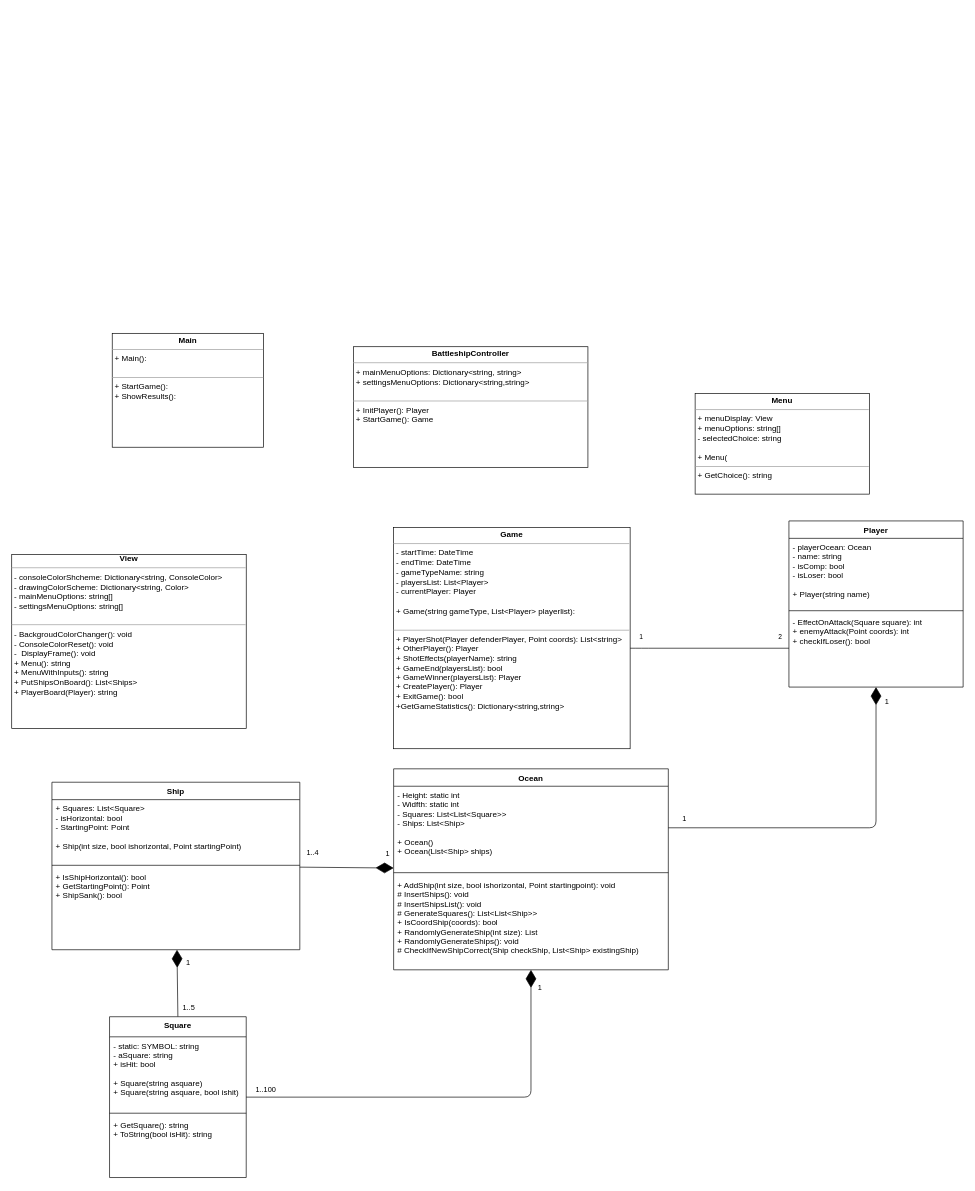
Before: specifications/UML_Battleship.drawio in CodecoolGlobal/battle-ship-in-the-oo-way-war_ships, a draw.io diagram. Source tidied: cells renumbered, new cells numbered last; positions are measured from the earlier drawing's top-left corner, leaving out a move shared by most shapes. Both pictures are drawn from the tidied source at 67%, with x=0, y=0 at pixel (11, 333).
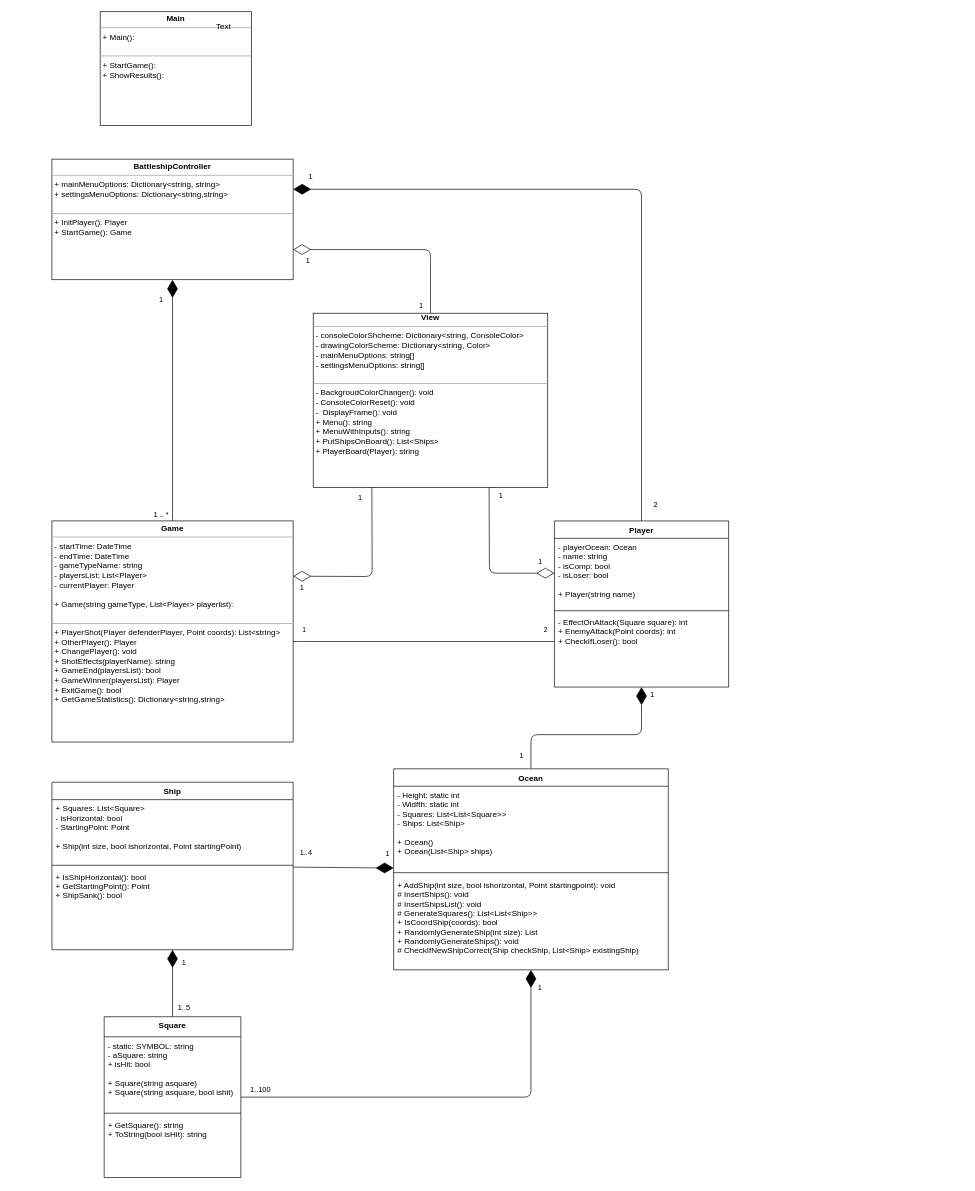
The same diagram, later.

Commit message (it also covers changes not shown here):
View implementation of options 75% finished, commit for merge with specs

The change refers to these unchanged cells:
```xml
<mxCell id="22" value="Ocean" style="swimlane;fontStyle=1;align=center;verticalAlign=top;horizontal=1;startSize=26;" parent="1" vertex="1">
  <mxGeometry x="570" y="650" width="410" height="300" as="geometry" />
</mxCell>
<mxCell id="23" value="- Height: static int&#10;- Widfth: static int&#10;- Squares: List&lt;List&lt;Square&gt;&gt;&#10;- Ships: List&lt;Ship&gt; &#10;&#10;+ Ocean()&#10;+ Ocean(List&lt;Ship&gt; ships)&#10;&#10;&#10;&#10;" style="text;strokeColor=none;fillColor=none;align=left;verticalAlign=top;spacingLeft=4;spacingRight=4;overflow=hidden;points=[[0,0.5],[1,0.5]];portConstraint=eastwest;" parent="22" vertex="1">
  <mxGeometry y="26" width="410" height="124" as="geometry" />
</mxCell>
<mxCell id="27" value="- playerOcean: Ocean&#10;- name: string&#10;- isComp: bool&#10;- isLoser: bool&#10;&#10;+ Player(string name)&#10;" style="text;strokeColor=none;fillColor=none;align=left;verticalAlign=top;spacingLeft=4;spacingRight=4;overflow=hidden;points=[[0,0.5],[1,0.5]];portConstraint=eastwest;" parent="26" vertex="1">
  <mxGeometry y="26" width="260" height="104" as="geometry" />
</mxCell>
```

What changed in the source:
```diff
@@
-    <mxCell id="2" value="&lt;p style=&quot;margin: 0px ; margin-top: 4px ; text-align: center&quot;&gt;&lt;b&gt;Game&lt;/b&gt;&lt;/p&gt;&lt;hr size=&quot;1&quot;&gt;&lt;p style=&quot;margin: 0px ; margin-left: 4px&quot;&gt;- startTime: DateTime&lt;/p&gt;&lt;p style=&quot;margin: 0px ; margin-left: 4px&quot;&gt;- endTime: DateTime&lt;/p&gt;&lt;p style=&quot;margin: 0px ; margin-left: 4px&quot;&gt;- gameTypeName: string&lt;/p&gt;&lt;p style=&quot;margin: 0px ; margin-left: 4px&quot;&gt;- playersList: List&amp;lt;Player&amp;gt;&lt;/p&gt;&lt;p style=&quot;margin: 0px ; margin-left: 4px&quot;&gt;- currentPlayer: Player&lt;br&gt;&lt;/p&gt;&lt;p style=&quot;margin: 0px ; margin-left: 4px&quot;&gt;&lt;br&gt;&lt;/p&gt;&lt;p style=&quot;margin: 0px ; margin-left: 4px&quot;&gt;+ Game(string gameType, List&amp;lt;Player&amp;gt; playerlist):&lt;br&gt;&lt;/p&gt;&lt;p style=&quot;margin: 0px ; margin-left: 4px&quot;&gt;&lt;br&gt;&lt;/p&gt;&lt;hr size=&quot;1&quot;&gt;&lt;p style=&quot;margin: 0px ; margin-left: 4px&quot;&gt;+ PlayerShot(Player defenderPlayer, Point coords): List&amp;lt;string&amp;gt;&lt;/p&gt;&lt;p style=&quot;margin: 0px ; margin-left: 4px&quot;&gt;+ OtherPlayer(): Player&lt;/p&gt;&lt;p style=&quot;margin: 0px ; margin-left: 4px&quot;&gt;+ ShotEffects(playerName): string&lt;/p&gt;&lt;p style=&quot;margin: 0px ; margin-left: 4px&quot;&gt;+ GameEnd(playersList): bool&lt;br&gt;&lt;/p&gt;&lt;p style=&quot;margin: 0px ; margin-left: 4px&quot;&gt;+ GameWinner(playersList): Player&lt;/p&gt;&lt;p style=&quot;margin: 0px ; margin-left: 4px&quot;&gt;+ CreatePlayer(): Player&lt;/p&gt;&lt;p style=&quot;margin: 0px ; margin-left: 4px&quot;&gt;+ ExitGame(): bool&lt;/p&gt;&lt;p style=&quot;margin: 0px ; margin-left: 4px&quot;&gt;+GetGameStatistics(): Dictionary&amp;lt;string,string&amp;gt;&lt;br&gt;&lt;/p&gt;" style="verticalAlign=top;align=left;overflow=fill;fontSize=12;fontFamily=Helvetica;html=1;" parent="1" vertex="1">
-      <mxGeometry x="570" y="290" width="353" height="330" as="geometry" />
+    <mxCell id="2" value="&lt;p style=&quot;margin: 0px ; margin-top: 4px ; text-align: center&quot;&gt;&lt;b&gt;Game&lt;/b&gt;&lt;/p&gt;&lt;hr size=&quot;1&quot;&gt;&lt;p style=&quot;margin: 0px ; margin-left: 4px&quot;&gt;- startTime: DateTime&lt;/p&gt;&lt;p style=&quot;margin: 0px ; margin-left: 4px&quot;&gt;- endTime: DateTime&lt;/p&gt;&lt;p style=&quot;margin: 0px ; margin-left: 4px&quot;&gt;- gameTypeName: string&lt;/p&gt;&lt;p style=&quot;margin: 0px ; margin-left: 4px&quot;&gt;- playersList: List&amp;lt;Player&amp;gt;&lt;/p&gt;&lt;p style=&quot;margin: 0px ; margin-left: 4px&quot;&gt;- currentPlayer: Player&lt;br&gt;&lt;/p&gt;&lt;p style=&quot;margin: 0px ; margin-left: 4px&quot;&gt;&lt;br&gt;&lt;/p&gt;&lt;p style=&quot;margin: 0px ; margin-left: 4px&quot;&gt;+ Game(string gameType, List&amp;lt;Player&amp;gt; playerlist):&lt;br&gt;&lt;/p&gt;&lt;p style=&quot;margin: 0px ; margin-left: 4px&quot;&gt;&lt;br&gt;&lt;/p&gt;&lt;hr size=&quot;1&quot;&gt;&lt;p style=&quot;margin: 0px ; margin-left: 4px&quot;&gt;+ PlayerShot(Player defenderPlayer, Point coords): List&amp;lt;string&amp;gt;&lt;/p&gt;&lt;p style=&quot;margin: 0px ; margin-left: 4px&quot;&gt;+ OtherPlayer(): Player&lt;/p&gt;&lt;p style=&quot;margin: 0px ; margin-left: 4px&quot;&gt;+ ChangePlayer(): void&lt;br&gt;&lt;/p&gt;&lt;p style=&quot;margin: 0px ; margin-left: 4px&quot;&gt;+ ShotEffects(playerName): string&lt;/p&gt;&lt;p style=&quot;margin: 0px ; margin-left: 4px&quot;&gt;+ GameEnd(playersList): bool&lt;br&gt;&lt;/p&gt;&lt;p style=&quot;margin: 0px ; margin-left: 4px&quot;&gt;+ GameWinner(playersList): Player&lt;/p&gt;&lt;p style=&quot;margin: 0px ; margin-left: 4px&quot;&gt;+ ExitGame(): bool&lt;/p&gt;&lt;p style=&quot;margin: 0px ; margin-left: 4px&quot;&gt;+ GetGameStatistics(): Dictionary&amp;lt;string,string&amp;gt;&lt;br&gt;&lt;/p&gt;" style="verticalAlign=top;align=left;overflow=fill;fontSize=12;fontFamily=Helvetica;html=1;" parent="1" vertex="1">
+      <mxGeometry x="60" y="280" width="360" height="330" as="geometry" />
     </mxCell>
     <mxCell id="3" value="&lt;p style=&quot;margin: 0px ; margin-top: 4px ; text-align: center&quot;&gt;&lt;b&gt;Main&lt;/b&gt;&lt;/p&gt;&lt;hr size=&quot;1&quot;&gt;&lt;p style=&quot;margin: 0px ; margin-left: 4px&quot;&gt;+ Main():&lt;/p&gt;&lt;p style=&quot;margin: 0px ; margin-left: 4px&quot;&gt;&lt;br&gt;&lt;/p&gt;&lt;hr size=&quot;1&quot;&gt;&lt;p style=&quot;margin: 0px ; margin-left: 4px&quot;&gt;+ StartGame():&lt;/p&gt;&lt;p style=&quot;margin: 0px ; margin-left: 4px&quot;&gt;+ ShowResults():&lt;/p&gt;&lt;p style=&quot;margin: 0px ; margin-left: 4px&quot;&gt;&lt;br&gt;&lt;/p&gt;" style="verticalAlign=top;align=left;overflow=fill;fontSize=12;fontFamily=Helvetica;html=1;" parent="1" vertex="1">
-      <mxGeometry x="150" width="226" height="170" as="geometry" />
+      <mxGeometry x="132" y="-480" width="226" height="170" as="geometry" />
     </mxCell>
+    <mxCell id="38" value="Text" style="text;html=1;align=center;verticalAlign=middle;" parent="3" vertex="1">
+      <mxGeometry x="163.5" y="13" width="40" height="20" as="geometry" />
+    </mxCell>
     <mxCell id="4" value="&lt;div align=&quot;center&quot;&gt;&lt;b&gt;View&lt;/b&gt;&lt;/div&gt;&lt;hr size=&quot;1&quot;&gt;&lt;p style=&quot;margin: 0px ; margin-left: 4px&quot;&gt;- consoleColorShcheme: Dictionary&amp;lt;string, ConsoleColor&amp;gt;&lt;/p&gt;&lt;p style=&quot;margin: 0px ; margin-left: 4px&quot;&gt;- drawingColorScheme: Dictionary&amp;lt;string, Color&amp;gt;&lt;br&gt;&lt;/p&gt;&lt;p style=&quot;margin: 0px ; margin-left: 4px&quot;&gt;- mainMenuOptions: string[]&lt;/p&gt;&lt;p style=&quot;margin: 0px ; margin-left: 4px&quot;&gt;- settingsMenuOptions: string[]&lt;br&gt;&lt;/p&gt;&lt;p style=&quot;margin: 0px ; margin-left: 4px&quot;&gt;&lt;br&gt;&lt;/p&gt;&lt;hr size=&quot;1&quot;&gt;&lt;p style=&quot;margin: 0px ; margin-left: 4px&quot;&gt;- BackgroudColorChanger(): void&lt;/p&gt;&lt;p style=&quot;margin: 0px ; margin-left: 4px&quot;&gt;- ConsoleColorReset(): void&lt;/p&gt;&lt;p style=&quot;margin: 0px ; margin-left: 4px&quot;&gt;-&amp;nbsp; DisplayFrame(): void&lt;br&gt;&lt;/p&gt;&lt;p style=&quot;margin: 0px ; margin-left: 4px&quot;&gt;+ Menu(): string&lt;br&gt;&lt;/p&gt;&lt;p style=&quot;margin: 0px ; margin-left: 4px&quot;&gt;+ MenuWithInputs(): string&lt;br&gt;&lt;/p&gt;&lt;p style=&quot;margin: 0px ; margin-left: 4px&quot;&gt;+ PutShipsOnBoard(): List&amp;lt;Ships&amp;gt;&lt;/p&gt;&lt;p style=&quot;margin: 0px ; margin-left: 4px&quot;&gt;+ PlayerBoard(Player): string&lt;br&gt;&lt;/p&gt;" style="verticalAlign=top;align=left;overflow=fill;fontSize=12;fontFamily=Helvetica;html=1;" parent="1" vertex="1">
-      <mxGeometry y="330" width="350" height="260" as="geometry" />
+      <mxGeometry x="450" y="-30" width="350" height="260" as="geometry" />
     </mxCell>
@@
-    <mxCell id="14" style="edgeStyle=orthogonalEdgeStyle;rounded=1;jettySize=auto;html=1;endFill=1;endArrow=diamondThin;endSize=24;" parent="1" edge="1" source="23" target="26">
+    <mxCell id="14" style="edgeStyle=orthogonalEdgeStyle;rounded=1;jettySize=auto;html=1;endFill=1;endArrow=diamondThin;endSize=24;exitX=0.5;exitY=0;exitDx=0;exitDy=0;" parent="1" edge="1" source="22" target="26">
       <mxGeometry relative="1" as="geometry" />
     </mxCell>
@@
     <mxCell id="16" value="1" style="edgeLabel;html=1;align=center;verticalAlign=middle;" parent="14" vertex="1">
       <mxGeometry x="-0.91" relative="1" as="geometry">
-        <mxPoint y="-15" as="offset" />
+        <mxPoint x="-15" y="-6.3" as="offset" />
       </mxGeometry>
     </mxCell>
     <mxCell id="17" style="endArrow=none;html=1;edgeStyle=orthogonalEdgeStyle;" parent="1" edge="1" source="2" target="26">
       <mxGeometry relative="1" as="geometry">
         <Array as="points">
-          <mxPoint x="940" y="470" />
-          <mxPoint x="940" y="470" />
+          <mxPoint x="430" y="460" />
+          <mxPoint x="430" y="460" />
         </Array>
       </mxGeometry>
     </mxCell>
@@
     <mxCell id="20" value="&lt;p style=&quot;margin: 0px ; margin-top: 4px ; text-align: center&quot;&gt;&lt;b&gt;BattleshipController&lt;/b&gt;&lt;br&gt;&lt;/p&gt;&lt;hr size=&quot;1&quot;&gt;&lt;p style=&quot;margin: 0px ; margin-left: 4px&quot;&gt;+ mainMenuOptions: Dictionary&amp;lt;string, string&amp;gt;&lt;/p&gt;&lt;p style=&quot;margin: 0px ; margin-left: 4px&quot;&gt;+ settingsMenuOptions: Dictionary&amp;lt;string,string&amp;gt;&lt;/p&gt;&lt;p style=&quot;margin: 0px ; margin-left: 4px&quot;&gt;&lt;br&gt;&lt;/p&gt;&lt;hr size=&quot;1&quot;&gt;&lt;p style=&quot;margin: 0px ; margin-left: 4px&quot;&gt;+ InitPlayer(): Player&lt;br&gt;&lt;/p&gt;&lt;p style=&quot;margin: 0px ; margin-left: 4px&quot;&gt;+ StartGame(): Game&lt;br&gt;&lt;/p&gt;" style="verticalAlign=top;align=left;overflow=fill;fontSize=12;fontFamily=Helvetica;html=1;" parent="1" vertex="1">
-      <mxGeometry x="510" y="20" width="350" height="180" as="geometry" />
+      <mxGeometry x="60" y="-260" width="360" height="180" as="geometry" />
     </mxCell>
-    <mxCell id="21" value="&lt;p style=&quot;margin: 0px ; margin-top: 4px ; text-align: center&quot;&gt;&lt;b&gt;Menu&lt;/b&gt;&lt;br&gt;&lt;/p&gt;&lt;hr size=&quot;1&quot;&gt;&lt;p style=&quot;margin: 0px ; margin-left: 4px&quot;&gt;+ menuDisplay: View&lt;/p&gt;&lt;p style=&quot;margin: 0px ; margin-left: 4px&quot;&gt;+ menuOptions: string[]&lt;/p&gt;&lt;p style=&quot;margin: 0px ; margin-left: 4px&quot;&gt;- selectedChoice: string&lt;/p&gt;&lt;p style=&quot;margin: 0px ; margin-left: 4px&quot;&gt;&lt;br&gt;&lt;/p&gt;&lt;p style=&quot;margin: 0px ; margin-left: 4px&quot;&gt;+ Menu(&lt;br&gt;&lt;/p&gt;&lt;p style=&quot;margin: 0px ; margin-left: 4px&quot;&gt;&lt;/p&gt;&lt;hr size=&quot;1&quot;&gt;&lt;p style=&quot;margin: 0px ; margin-left: 4px&quot;&gt;+ GetChoice(): string&lt;br&gt;&lt;/p&gt;" style="verticalAlign=top;align=left;overflow=fill;fontSize=12;fontFamily=Helvetica;html=1;" parent="1" vertex="1">
-      <mxGeometry x="1020" y="90" width="260" height="150" as="geometry" />
-    </mxCell>
@@
+    <mxCell id="34" value="Ship" style="swimlane;fontStyle=1;align=center;verticalAlign=top;horizontal=1;startSize=26;strokeColor=#000000;" parent="1" vertex="1">
+      <mxGeometry x="60" y="670" width="360" height="250" as="geometry" />
+    </mxCell>
+    <mxCell id="35" value="+ Squares: List&lt;Square&gt;&#10;- isHorizontal: bool&#10;- StartingPoint: Point&#10;&#10;+ Ship(int size, bool ishorizontal, Point startingPoint)" style="text;strokeColor=none;fillColor=none;align=left;verticalAlign=top;spacingLeft=4;spacingRight=4;overflow=hidden;" parent="34" vertex="1">
+      <mxGeometry y="26" width="360" height="94" as="geometry" />
+    </mxCell>
+    <mxCell id="36" style="line;strokeWidth=1;fillColor=none;align=left;verticalAlign=middle;spacingTop=-1;spacingLeft=3;spacingRight=3;labelPosition=right;" parent="34" vertex="1">
+      <mxGeometry y="120" width="360" height="8" as="geometry" />
+    </mxCell>
+    <mxCell id="37" value="+ IsShipHorizontal(): bool&#10;+ GetStartingPoint(): Point&#10;+ ShipSank(): bool&#10;" style="text;strokeColor=none;fillColor=none;align=left;verticalAlign=top;spacingLeft=4;spacingRight=4;overflow=hidden;" parent="34" vertex="1">
+      <mxGeometry y="128" width="360" height="122" as="geometry" />
+    </mxCell>
+    <mxCell id="39" style="endArrow=diamondThin;endFill=1;endSize=24;html=1;" parent="1" edge="1" source="2" target="20">
+      <mxGeometry relative="1" as="geometry" />
+    </mxCell>
+    <mxCell id="40" value="1" style="edgeLabel;html=1;align=center;verticalAlign=middle;" parent="39" vertex="1">
+      <mxGeometry x="0.84" y="-2" relative="1" as="geometry">
+        <mxPoint x="-19.6" as="offset" />
+      </mxGeometry>
+    </mxCell>
+    <mxCell id="41" value="1 .. *" style="edgeLabel;html=1;align=center;verticalAlign=middle;" parent="39" vertex="1">
+      <mxGeometry x="-0.59" y="2" relative="1" as="geometry">
+        <mxPoint x="-15.2" y="63.3" as="offset" />
+      </mxGeometry>
+    </mxCell>
+    <mxCell id="42" style="endArrow=diamondThin;endFill=1;endSize=24;html=1;entryX=1;entryY=0.25;entryDx=0;entryDy=0;" parent="1" edge="1" source="26" target="20">
+      <mxGeometry relative="1" as="geometry">
+        <Array as="points">
+          <mxPoint x="940" y="-215" />
+        </Array>
+      </mxGeometry>
+    </mxCell>
+    <mxCell id="43" value="1" style="edgeLabel;html=1;align=center;verticalAlign=middle;" parent="42" vertex="1">
+      <mxGeometry x="0.95" y="-4" relative="1" as="geometry">
+        <mxPoint y="-16" as="offset" />
+      </mxGeometry>
+    </mxCell>
+    <mxCell id="44" value="2" style="edgeLabel;html=1;align=center;verticalAlign=middle;" parent="42" vertex="1">
+      <mxGeometry x="-0.95" y="1" relative="1" as="geometry">
+        <mxPoint x="21" as="offset" />
+      </mxGeometry>
+    </mxCell>
+    <mxCell id="45" style="endArrow=diamondThin;endFill=0;endSize=24;html=1;entryX=1;entryY=0.25;entryDx=0;entryDy=0;exitX=0.25;exitY=1;exitDx=0;exitDy=0;" parent="1" edge="1" source="4" target="2">
+      <mxGeometry relative="1" as="geometry">
+        <Array as="points">
+          <mxPoint x="538" y="363" />
+        </Array>
+      </mxGeometry>
+    </mxCell>
+    <mxCell id="46" value="1" style="edgeLabel;html=1;align=center;verticalAlign=middle;" parent="45" vertex="1">
+      <mxGeometry x="0.9" y="2" relative="1" as="geometry">
+        <mxPoint y="15.4" as="offset" />
+      </mxGeometry>
+    </mxCell>
+    <mxCell id="47" value="1" style="edgeLabel;html=1;align=center;verticalAlign=middle;" parent="45" vertex="1">
+      <mxGeometry x="-0.88" y="5" relative="1" as="geometry">
+        <mxPoint x="-22.6" as="offset" />
+      </mxGeometry>
+    </mxCell>
+    <mxCell id="48" style="endArrow=diamondThin;endFill=0;endSize=24;html=1;entryX=0;entryY=0.5;entryDx=0;entryDy=0;exitX=0.75;exitY=1;exitDx=0;exitDy=0;" parent="1" edge="1" source="4" target="27">
+      <mxGeometry relative="1" as="geometry">
+        <Array as="points">
+          <mxPoint x="713" y="358" />
+        </Array>
+      </mxGeometry>
+    </mxCell>
+    <mxCell id="49" value="1" style="edgeLabel;html=1;align=center;verticalAlign=middle;" parent="48" vertex="1">
+      <mxGeometry x="-0.89" y="1" relative="1" as="geometry">
+        <mxPoint x="16.4" as="offset" />
+      </mxGeometry>
+    </mxCell>
+    <mxCell id="50" value="1" style="edgeLabel;html=1;align=center;verticalAlign=middle;" parent="48" vertex="1">
+      <mxGeometry x="0.81" relative="1" as="geometry">
+        <mxPoint y="-18" as="offset" />
+      </mxGeometry>
+    </mxCell>
+    <mxCell id="51" style="endArrow=diamondThin;endFill=0;endSize=24;html=1;entryX=1;entryY=0.75;entryDx=0;entryDy=0;exitX=0.5;exitY=0;exitDx=0;exitDy=0;" parent="1" edge="1" source="4" target="20">
+      <mxGeometry relative="1" as="geometry">
+        <Array as="points">
+          <mxPoint x="625" y="-125" />
+        </Array>
+      </mxGeometry>
+    </mxCell>
+    <mxCell id="52" value="1" style="edgeLabel;html=1;align=center;verticalAlign=middle;" parent="51" vertex="1">
+      <mxGeometry x="0.86" y="3" relative="1" as="geometry">
+        <mxPoint y="12" as="offset" />
+      </mxGeometry>
+    </mxCell>
+    <mxCell id="53" value="1" style="edgeLabel;html=1;align=center;verticalAlign=middle;" parent="51" vertex="1">
+      <mxGeometry x="-0.91" y="-2" relative="1" as="geometry">
+        <mxPoint x="-17" as="offset" />
+      </mxGeometry>
+    </mxCell>
     <mxCell id="26" value="Player" style="swimlane;fontStyle=1;align=center;verticalAlign=top;horizontal=1;startSize=26;" parent="1" vertex="1">
-      <mxGeometry x="1160" y="280" width="260" height="248" as="geometry" />
+      <mxGeometry x="810" y="280" width="260" height="248" as="geometry" />
     </mxCell>
@@
-    <mxCell id="29" value="- EffectOnAttack(Square square): int&#10;+ enemyAttack(Point coords): int&#10;+ checkIfLoser(): bool&#10;" style="text;strokeColor=none;fillColor=none;align=left;verticalAlign=top;spacingLeft=4;spacingRight=4;overflow=hidden;" parent="26" vertex="1">
+    <mxCell id="29" value="- EffectOnAttack(Square square): int&#10;+ EnemyAttack(Point coords): int&#10;+ CheckIfLoser(): bool&#10;" style="text;strokeColor=none;fillColor=none;align=left;verticalAlign=top;spacingLeft=4;spacingRight=4;overflow=hidden;" parent="26" vertex="1">
       <mxGeometry y="138" width="260" height="110" as="geometry" />
     </mxCell>
     <mxCell id="30" value="Square" style="swimlane;fontStyle=1;align=center;verticalAlign=top;horizontal=1;startSize=30;" parent="1" vertex="1">
-      <mxGeometry x="146" y="1020" width="204" height="240" as="geometry" />
+      <mxGeometry x="138" y="1020" width="204" height="240" as="geometry" />
     </mxCell>
@@
-    <mxCell id="34" value="Ship" style="swimlane;fontStyle=1;align=center;verticalAlign=top;horizontal=1;startSize=26;strokeColor=#000000;" parent="1" vertex="1">
-      <mxGeometry x="60" y="670" width="370" height="250" as="geometry" />
-    </mxCell>
-    <mxCell id="35" value="+ Squares: List&lt;Square&gt;&#10;- isHorizontal: bool&#10;- StartingPoint: Point&#10;&#10;+ Ship(int size, bool ishorizontal, Point startingPoint)" style="text;strokeColor=none;fillColor=none;align=left;verticalAlign=top;spacingLeft=4;spacingRight=4;overflow=hidden;" parent="34" vertex="1">
-      <mxGeometry y="26" width="370" height="94" as="geometry" />
-    </mxCell>
-    <mxCell id="36" style="line;strokeWidth=1;fillColor=none;align=left;verticalAlign=middle;spacingTop=-1;spacingLeft=3;spacingRight=3;labelPosition=right;" parent="34" vertex="1">
-      <mxGeometry y="120" width="370" height="8" as="geometry" />
-    </mxCell>
-    <mxCell id="37" value="+ IsShipHorizontal(): bool&#10;+ GetStartingPoint(): Point&#10;+ ShipSank(): bool&#10;" style="text;strokeColor=none;fillColor=none;align=left;verticalAlign=top;spacingLeft=4;spacingRight=4;overflow=hidden;" parent="34" vertex="1">
-      <mxGeometry y="128" width="370" height="122" as="geometry" />
-    </mxCell>
```
